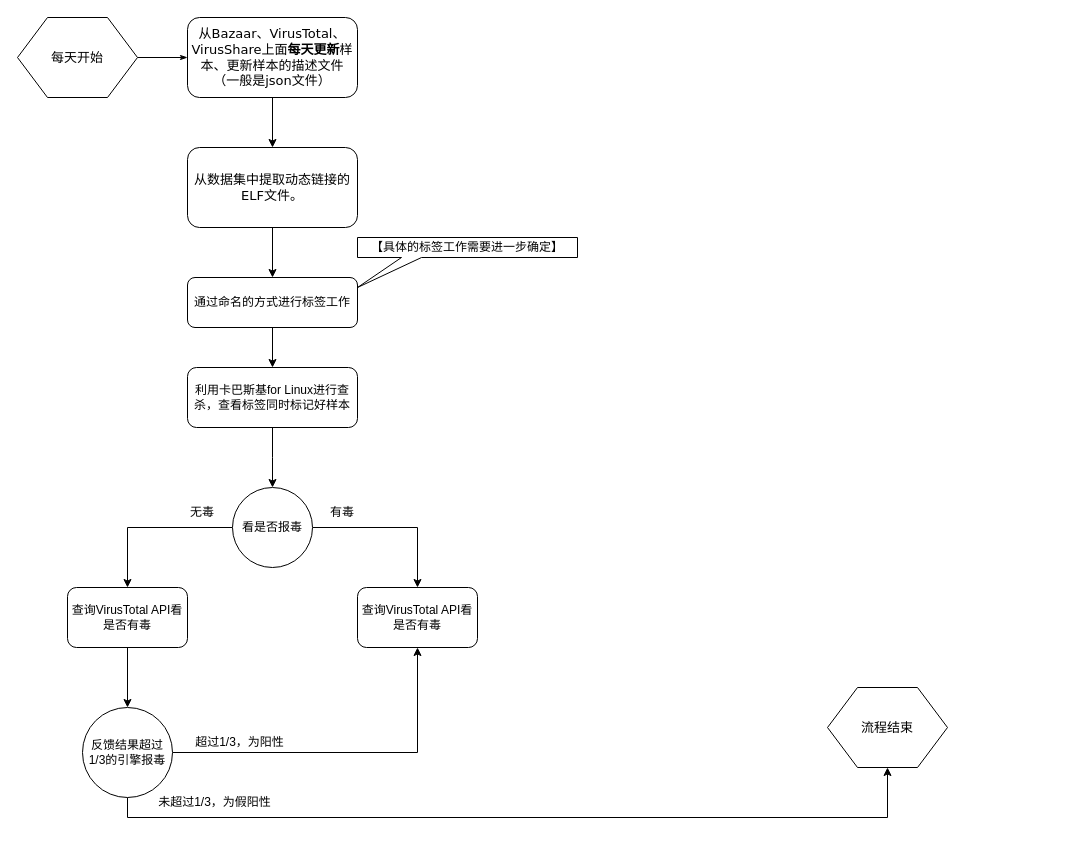
LovenSar/APIGraph keeps this draw.io diagram as 未命名绘图.drawio. Above is the earlier version. Source tidied: cells renumbered, new cells numbered last; positions are measured from the earlier drawing's top-left corner, leaving out a move shared by most shapes. Both pictures are drawn from the tidied source at 100%, with x=0, y=0 at pixel (17, 17).
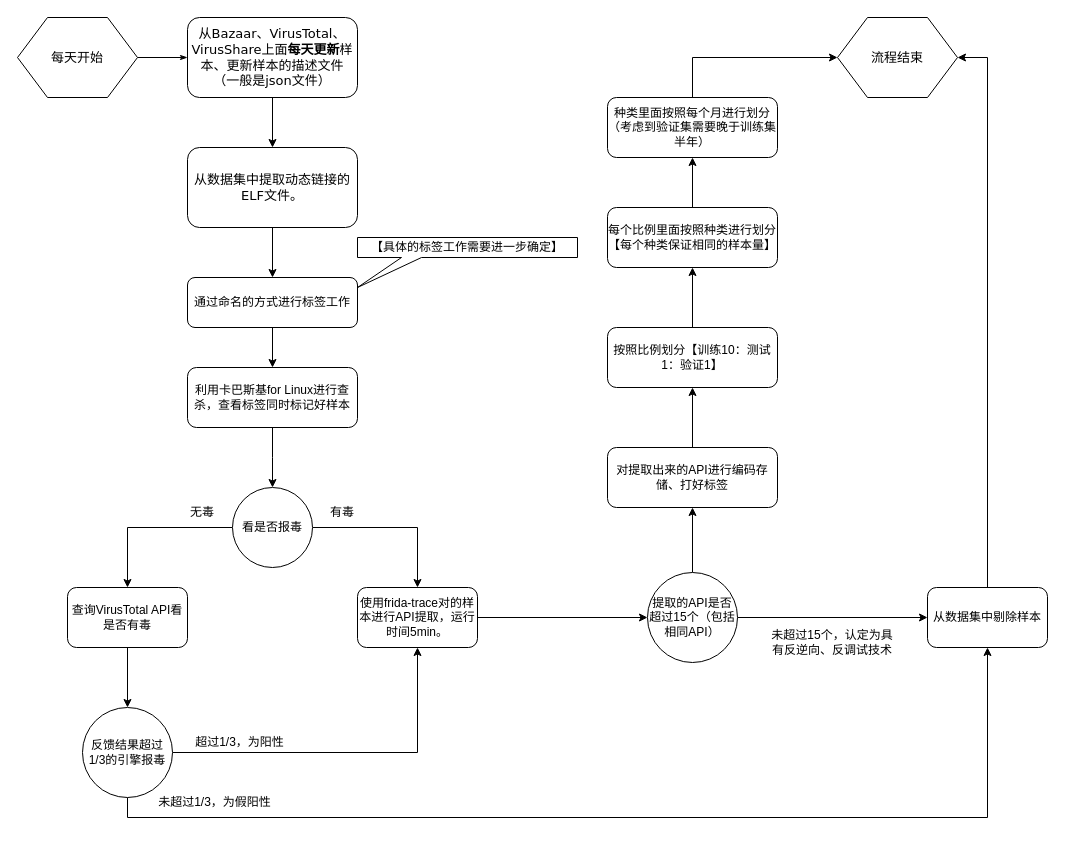
The same diagram, later.

Commit message (it also covers changes not shown here):
更新未命名绘图.drawio

Unchanged cells that the change refers to:
```xml
<mxCell id="20" value="反馈结果超过1/3的引擎报毒" style="ellipse;whiteSpace=wrap;html=1;" parent="1" vertex="1">
  <mxGeometry x="65" y="690" width="90" height="90" as="geometry" />
</mxCell>
```

What changed in the source:
```diff
@@
-    <mxCell id="19" style="edgeStyle=orthogonalEdgeStyle;rounded=0;jettySize=auto;html=1;entryX=0.5;entryY=1;entryDx=0;entryDy=0;exitX=0.5;exitY=1;exitDx=0;exitDy=0;" parent="1" edge="1" source="20" target="24">
+    <mxCell id="19" style="edgeStyle=orthogonalEdgeStyle;rounded=0;jettySize=auto;html=1;exitX=0.5;exitY=1;exitDx=0;exitDy=0;entryX=0.5;entryY=1;entryDx=0;entryDy=0;" parent="1" edge="1" source="20" target="32">
       <mxGeometry relative="1" as="geometry" />
     </mxCell>
@@
+    <mxCell id="27" style="edgeStyle=orthogonalEdgeStyle;rounded=0;jettySize=auto;html=1;entryX=0;entryY=0.5;entryDx=0;entryDy=0;" parent="1" edge="1" source="21" target="30">
+      <mxGeometry relative="1" as="geometry" />
+    </mxCell>
-    <mxCell id="21" value="查询VirusTotal API看是否有毒" style="rounded=1;whiteSpace=wrap;html=1;" parent="1" vertex="1">
+    <mxCell id="21" value="使用frida-trace对的样本进行API提取，运行时间5min。" style="rounded=1;whiteSpace=wrap;html=1;" parent="1" vertex="1">
       <mxGeometry x="340" y="570" width="120" height="60" as="geometry" />
     </mxCell>
@@
     <mxCell id="24" value="流程结束" style="shape=hexagon;perimeter=hexagonPerimeter;whiteSpace=wrap;html=1;rounded=0;shadow=0;labelBackgroundColor=none;strokeWidth=1;fontFamily=Verdana;fontSize=13;align=center;" parent="1" vertex="1">
-      <mxGeometry x="810" y="670" width="120" height="80" as="geometry" />
+      <mxGeometry x="820" width="120" height="80" as="geometry" />
     </mxCell>
@@
+    <mxCell id="28" style="edgeStyle=orthogonalEdgeStyle;rounded=0;jettySize=auto;html=1;entryX=0;entryY=0.5;entryDx=0;entryDy=0;" parent="1" edge="1" source="30" target="32">
+      <mxGeometry relative="1" as="geometry" />
+    </mxCell>
+    <mxCell id="29" style="edgeStyle=orthogonalEdgeStyle;rounded=0;jettySize=auto;html=1;" parent="1" edge="1" source="30" target="35">
+      <mxGeometry relative="1" as="geometry" />
+    </mxCell>
+    <mxCell id="30" value="提取的API是否超过15个（包括相同API）" style="ellipse;whiteSpace=wrap;html=1;" parent="1" vertex="1">
+      <mxGeometry x="630" y="555" width="90" height="90" as="geometry" />
+    </mxCell>
+    <mxCell id="31" style="edgeStyle=orthogonalEdgeStyle;rounded=0;jettySize=auto;html=1;entryX=1;entryY=0.5;entryDx=0;entryDy=0;" parent="1" edge="1" source="32" target="24">
+      <mxGeometry relative="1" as="geometry" />
+    </mxCell>
+    <mxCell id="32" value="从数据集中剔除样本" style="rounded=1;whiteSpace=wrap;html=1;" parent="1" vertex="1">
+      <mxGeometry x="910" y="570" width="120" height="60" as="geometry" />
+    </mxCell>
+    <mxCell id="33" value="未超过15个，认定为具有反逆向、反调试技术" style="text;html=1;strokeColor=none;fillColor=none;align=center;verticalAlign=middle;whiteSpace=wrap;rounded=0;" parent="1" vertex="1">
+      <mxGeometry x="750" y="610" width="130" height="30" as="geometry" />
+    </mxCell>
+    <mxCell id="34" style="edgeStyle=orthogonalEdgeStyle;rounded=0;jettySize=auto;html=1;entryX=0.5;entryY=1;entryDx=0;entryDy=0;" parent="1" edge="1" source="35" target="37">
+      <mxGeometry relative="1" as="geometry" />
+    </mxCell>
+    <mxCell id="35" value="对提取出来的API进行编码存储、打好标签" style="rounded=1;whiteSpace=wrap;html=1;" parent="1" vertex="1">
+      <mxGeometry x="590" y="430" width="170" height="60" as="geometry" />
+    </mxCell>
+    <mxCell id="36" style="edgeStyle=orthogonalEdgeStyle;rounded=0;jettySize=auto;html=1;entryX=0.5;entryY=1;entryDx=0;entryDy=0;" parent="1" edge="1" source="37" target="39">
+      <mxGeometry relative="1" as="geometry" />
+    </mxCell>
+    <mxCell id="37" value="按照比例划分【训练10：测试1：验证1】" style="rounded=1;whiteSpace=wrap;html=1;" parent="1" vertex="1">
+      <mxGeometry x="590" y="310" width="170" height="60" as="geometry" />
+    </mxCell>
+    <mxCell id="38" style="edgeStyle=orthogonalEdgeStyle;rounded=0;jettySize=auto;html=1;" parent="1" edge="1" source="39" target="41">
+      <mxGeometry relative="1" as="geometry" />
+    </mxCell>
+    <mxCell id="39" value="每个比例里面按照种类进行划分【每个种类保证相同的样本量】" style="rounded=1;whiteSpace=wrap;html=1;" parent="1" vertex="1">
+      <mxGeometry x="590" y="190" width="170" height="60" as="geometry" />
+    </mxCell>
+    <mxCell id="40" style="edgeStyle=orthogonalEdgeStyle;rounded=0;jettySize=auto;html=1;entryX=0;entryY=0.5;entryDx=0;entryDy=0;exitX=0.5;exitY=0;exitDx=0;exitDy=0;" parent="1" edge="1" source="41" target="24">
+      <mxGeometry relative="1" as="geometry" />
+    </mxCell>
+    <mxCell id="41" value="种类里面按照每个月进行划分（考虑到验证集需要晚于训练集半年）" style="rounded=1;whiteSpace=wrap;html=1;" parent="1" vertex="1">
+      <mxGeometry x="590" y="80" width="170" height="60" as="geometry" />
+    </mxCell>
```
